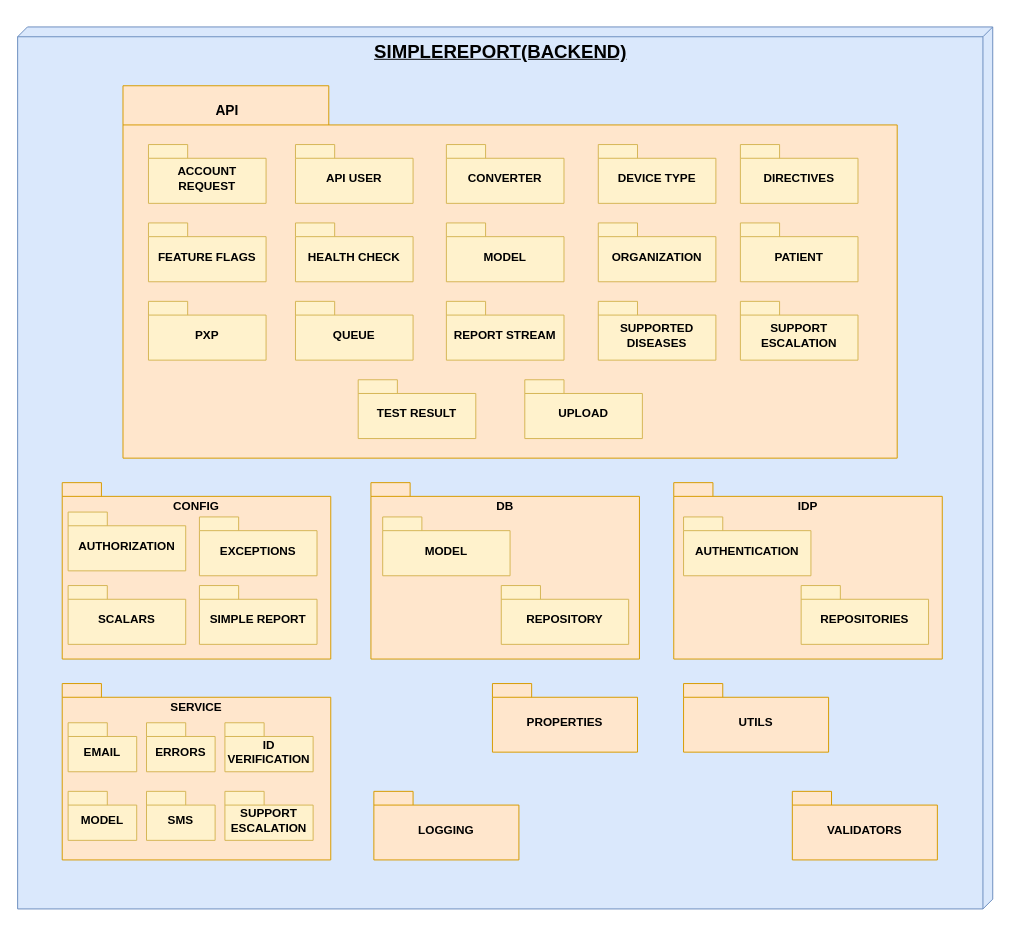
The draw.io diagram VISTA DE DESARROLLLO AISS.drawio in VictorSoler05/DRAW_IO, before the edit. Source tidied: cells renumbered, new cells numbered last; positions are measured from the earlier drawing's top-left corner, leaving out a move shared by most shapes. Both pictures are drawn from the tidied source at 98%, with x=0, y=0 at pixel (17, 26).
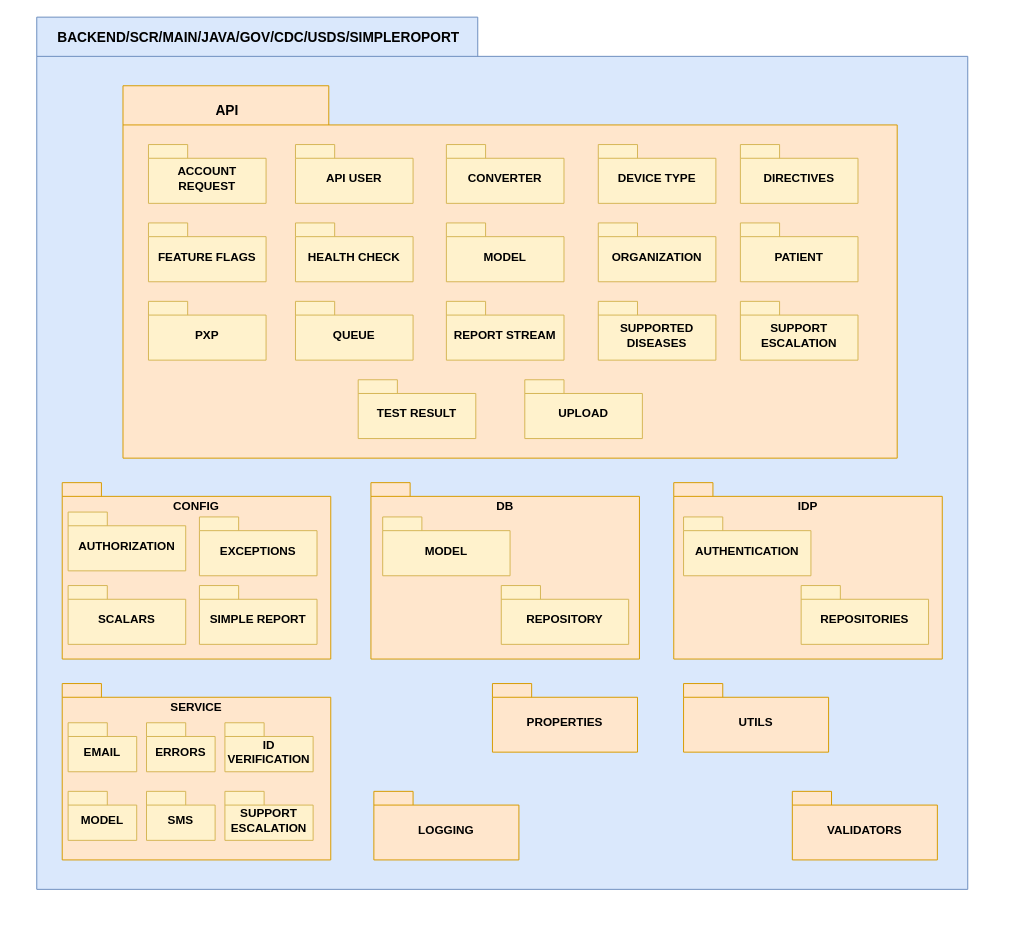
After the change.

Change to the diagram source:
```diff
@@
-    <mxCell id="2" value="SIMPLEREPORT(BACKEND)" style="verticalAlign=top;align=center;spacingTop=8;spacingLeft=2;spacingRight=12;shape=cube;size=10;direction=south;fontStyle=5;html=1;whiteSpace=wrap;fillColor=#dae8fc;strokeColor=#6c8ebf;fontSize=19;" parent="1" vertex="1">
-      <mxGeometry x="0.5" width="995" height="900" as="geometry" />
-    </mxCell>
+    <mxCell id="43" style="shape=folder;fontStyle=1;spacingTop=10;tabWidth=450;tabHeight=40;tabPosition=left;html=1;whiteSpace=wrap;fillColor=#dae8fc;strokeColor=#6c8ebf;" parent="1" vertex="1">
+      <mxGeometry x="20" y="-10" width="950" height="890" as="geometry" />
+    </mxCell>
@@
+    <mxCell id="44" value="BACKEND/SCR/MAIN/JAVA/GOV/CDC/USDS/SIMPLEROPORT" style="text;align=center;fontStyle=1;verticalAlign=middle;spacingLeft=3;spacingRight=3;strokeColor=none;points=[[0,0.5],[1,0.5]];portConstraint=eastwest;html=1;textDirection=ltr;fontSize=14;" parent="1" vertex="1">
+      <mxGeometry x="81" y="-2" width="330" height="26" as="geometry" />
+    </mxCell>
+    <mxCell id="45" style="edgeStyle=orthogonalEdgeStyle;rounded=0;orthogonalLoop=1;jettySize=auto;html=1;exitX=1;exitY=0.5;exitDx=0;exitDy=0;" parent="1" edge="1" source="44" target="44">
+      <mxGeometry relative="1" as="geometry" />
+    </mxCell>
```
